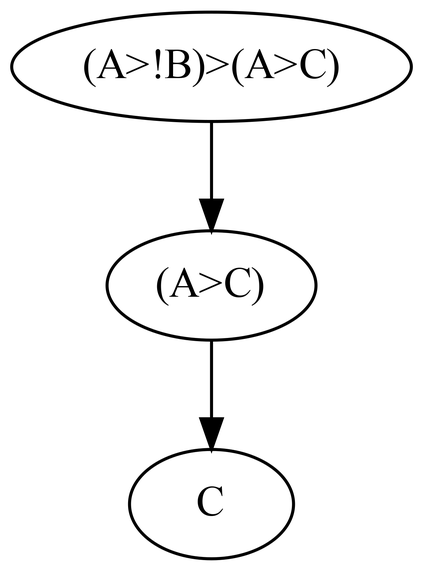
Before: tree.png, a diagram exported from Graphviz (LilitNahapetyan/Kalmars_Proof). Its source is kept beside it as tree.dot.
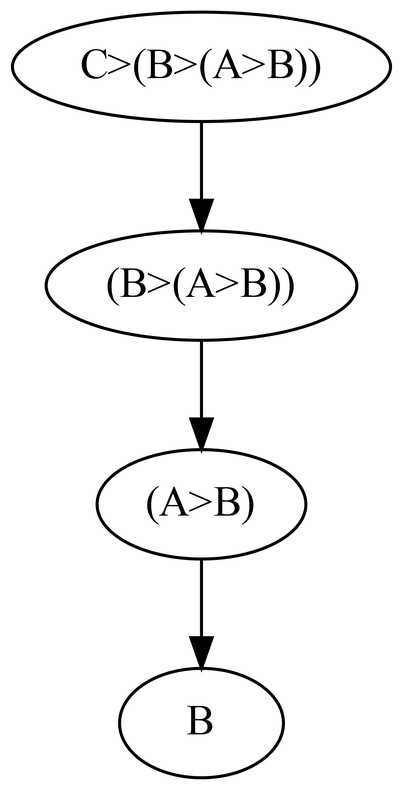
Later version of the same file.

The edit, as a diff of the source:
```diff
@@ -1,7 +1,9 @@
 digraph G {
-"(A>!B)>(A>C)" [label="(A>!B)>(A>C)"];
-"(A>!B)>(A>C)" -> "(A>C)";
-"(A>C)" [label="(A>C)"];
-"(A>C)" -> "C";
-"C" [label="C"];
+"C>(B>(A>B))" [label="C>(B>(A>B))"];
+"C>(B>(A>B))" -> "(B>(A>B))";
+"(B>(A>B))" [label="(B>(A>B))"];
+"(B>(A>B))" -> "(A>B)";
+"(A>B)" [label="(A>B)"];
+"(A>B)" -> "B";
+"B" [label="B"];
 }
```
